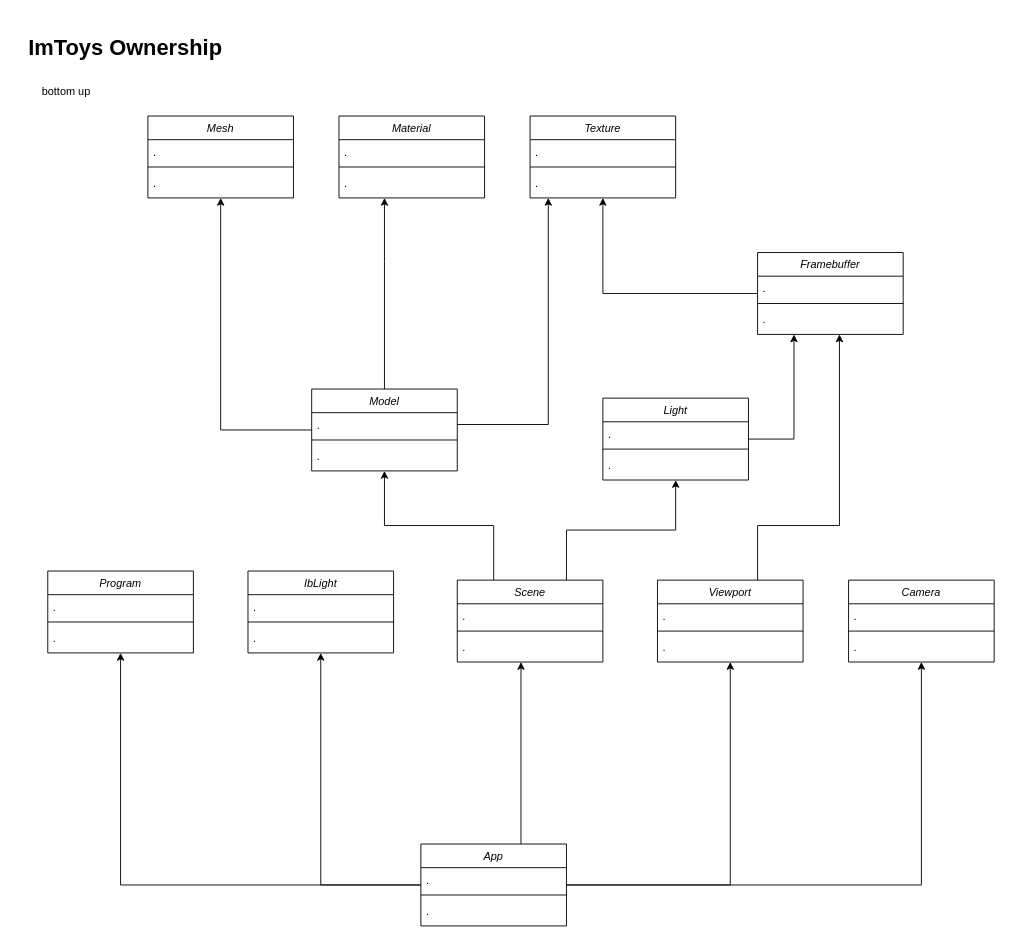
Before: page "Ownership(App)" (2 of 2) of limbrary/diagram.drawio in imdongye/imtoys, a draw.io diagram. Source tidied: cells renumbered, new cells numbered last; positions are measured from the earlier drawing's top-left corner, leaving out a move shared by most shapes. Both pictures are drawn from the tidied source at 91%, with x=0, y=0 at pixel (15, 15).
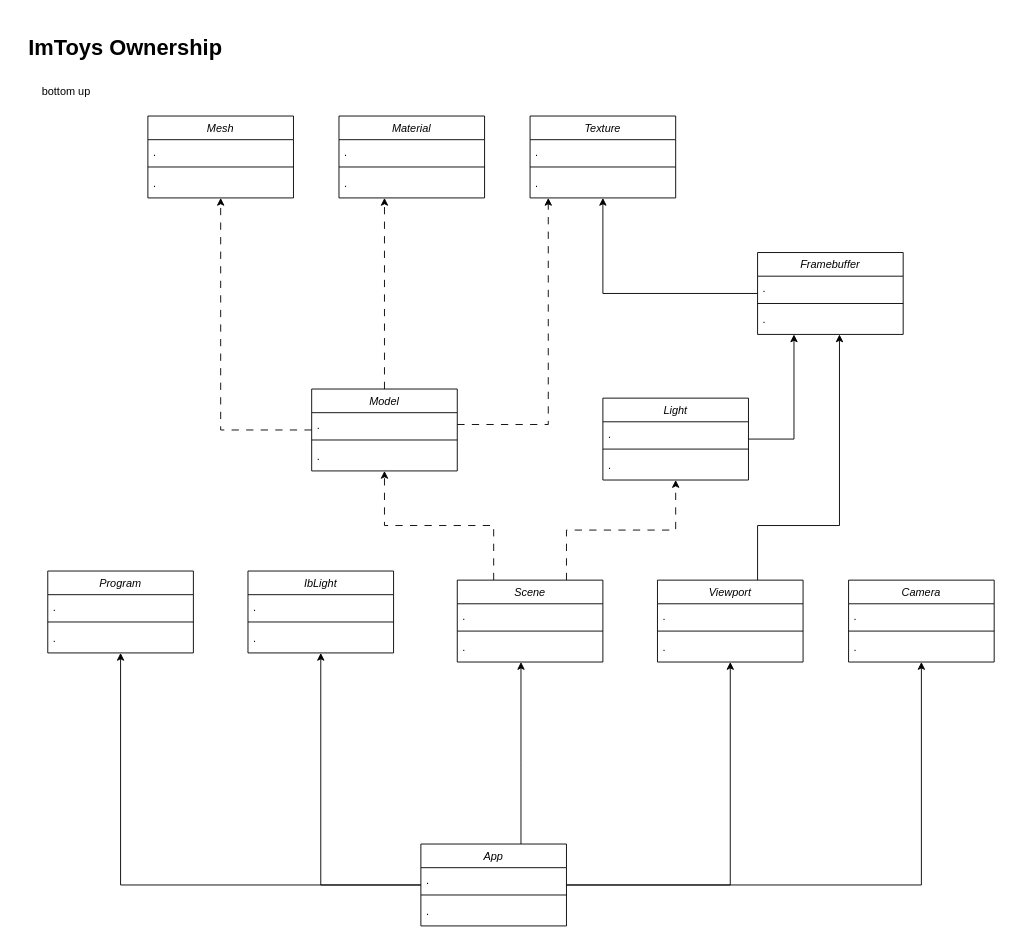
The same page after the edit.

The change refers to these unchanged cells:
```xml
<mxCell id="6" value="Mesh" style="swimlane;fontStyle=2;align=center;verticalAlign=top;horizontal=1;startSize=26;rounded=0;shadow=0;strokeWidth=1;" parent="1" vertex="1">
  <mxGeometry x="145" y="110" width="160" height="90" as="geometry" />
</mxCell>
<mxCell id="15" value="Texture" style="swimlane;fontStyle=2;align=center;verticalAlign=top;horizontal=1;startSize=26;rounded=0;shadow=0;strokeWidth=1;" parent="1" vertex="1">
  <mxGeometry x="565" y="110" width="160" height="90" as="geometry" />
</mxCell>
<mxCell id="19" value="Material" style="swimlane;fontStyle=2;align=center;verticalAlign=top;horizontal=1;startSize=26;rounded=0;shadow=0;strokeWidth=1;" parent="1" vertex="1">
  <mxGeometry x="355" y="110" width="160" height="90" as="geometry" />
</mxCell>
<mxCell id="24" value="Light" style="swimlane;fontStyle=2;align=center;verticalAlign=top;horizontal=1;startSize=26;rounded=0;shadow=0;strokeWidth=1;" parent="1" vertex="1">
  <mxGeometry x="645" y="420" width="160" height="90" as="geometry" />
</mxCell>
<mxCell id="30" value="Model" style="swimlane;fontStyle=2;align=center;verticalAlign=top;horizontal=1;startSize=26;rounded=0;shadow=0;strokeWidth=1;" parent="1" vertex="1">
  <mxGeometry x="325" y="410" width="160" height="90" as="geometry" />
</mxCell>
<mxCell id="31" value="." style="text;align=left;verticalAlign=top;spacingLeft=4;spacingRight=4;overflow=hidden;points=[[0,0.5],[1,0.5]];portConstraint=eastwest;" parent="30" vertex="1">
  <mxGeometry y="26" width="160" height="26" as="geometry" />
</mxCell>
<mxCell id="41" value="Scene" style="swimlane;fontStyle=2;align=center;verticalAlign=top;horizontal=1;startSize=26;rounded=0;shadow=0;strokeWidth=1;" parent="1" vertex="1">
  <mxGeometry x="485" y="620" width="160" height="90" as="geometry" />
</mxCell>
```

Change to the diagram source:
```diff
@@
-    <mxCell id="28" style="edgeStyle=orthogonalEdgeStyle;rounded=0;jettySize=auto;html=1;" parent="1" edge="1" source="30" target="6">
+    <mxCell id="28" style="edgeStyle=orthogonalEdgeStyle;rounded=0;jettySize=auto;html=1;dashed=1;dashPattern=8 8;" parent="1" edge="1" source="30" target="6">
       <mxGeometry relative="1" as="geometry" />
     </mxCell>
-    <mxCell id="29" style="edgeStyle=orthogonalEdgeStyle;rounded=0;jettySize=auto;html=1;" parent="1" edge="1" source="30" target="19">
+    <mxCell id="29" style="edgeStyle=orthogonalEdgeStyle;rounded=0;jettySize=auto;html=1;dashed=1;dashPattern=8 8;" parent="1" edge="1" source="30" target="19">
       <mxGeometry relative="1" as="geometry">
         <Array as="points">
           <mxPoint x="405" y="270" />
           <mxPoint x="405" y="270" />
         </Array>
       </mxGeometry>
     </mxCell>
@@
-    <mxCell id="39" style="edgeStyle=orthogonalEdgeStyle;rounded=0;jettySize=auto;html=1;entryX=0.5;entryY=1;entryDx=0;entryDy=0;" parent="1" edge="1" source="41" target="30">
+    <mxCell id="39" style="edgeStyle=orthogonalEdgeStyle;rounded=0;jettySize=auto;html=1;entryX=0.5;entryY=1;entryDx=0;entryDy=0;dashed=1;dashPattern=8 8;" parent="1" edge="1" source="41" target="30">
       <mxGeometry relative="1" as="geometry">
         <Array as="points">
           <mxPoint x="525" y="560" />
           <mxPoint x="405" y="560" />
         </Array>
       </mxGeometry>
     </mxCell>
-    <mxCell id="40" style="edgeStyle=orthogonalEdgeStyle;rounded=0;jettySize=auto;html=1;" parent="1" edge="1" source="41" target="24">
+    <mxCell id="40" style="edgeStyle=orthogonalEdgeStyle;rounded=0;jettySize=auto;html=1;dashed=1;dashPattern=8 8;" parent="1" edge="1" source="41" target="24">
       <mxGeometry relative="1" as="geometry">
         <Array as="points">
           <mxPoint x="605" y="565" />
           <mxPoint x="725" y="565" />
         </Array>
       </mxGeometry>
     </mxCell>
@@
-    <mxCell id="54" style="edgeStyle=orthogonalEdgeStyle;rounded=0;jettySize=auto;html=1;" parent="1" edge="1" source="31" target="15">
+    <mxCell id="54" style="edgeStyle=orthogonalEdgeStyle;rounded=0;jettySize=auto;html=1;dashed=1;dashPattern=8 8;" parent="1" edge="1" source="31" target="15">
       <mxGeometry relative="1" as="geometry">
         <Array as="points">
           <mxPoint x="585" y="449" />
         </Array>
       </mxGeometry>
     </mxCell>
```
